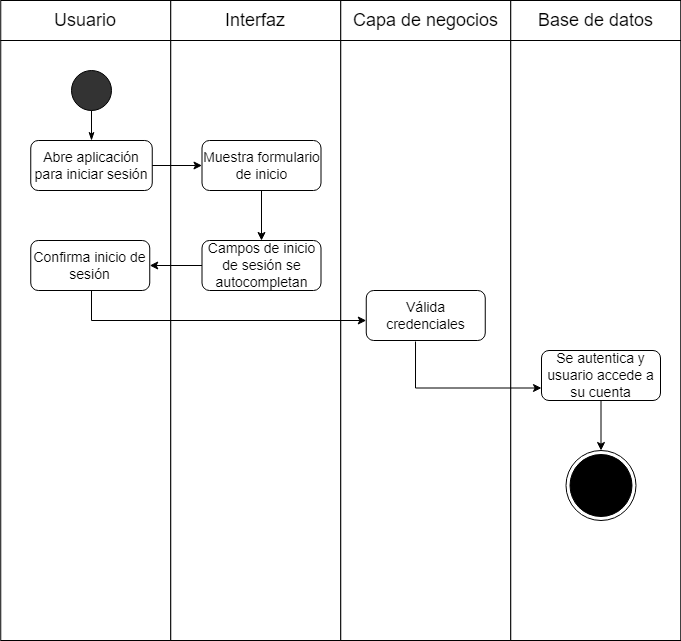
Earlier version of the draw.io export Fase 2/Evidencias Proyecto/Evidencias de documentación/Diagramas/3) Diagrama de Actividad/26)Login_cliente_autocompletado.drawio.png (SoyElMato1/Grupo4-GreenMarket). Source tidied: cells renumbered, new cells last; positions are measured from the earlier drawing's top-left corner, leaving out a move shared by most shapes. Its diagram source:
```xml
<mxGraphModel>
  <root>
    <mxCell id="0" />
    <mxCell id="1" parent="0" />
    <mxCell id="2" style="group;" parent="1" vertex="1">
      <mxGeometry x="0.2" width="680" height="40" as="geometry" />
    </mxCell>
    <mxCell id="3" style="group;" parent="2" vertex="1">
      <mxGeometry width="170" height="40" as="geometry" />
    </mxCell>
    <mxCell id="4" style="rounded=0;whiteSpace=wrap;html=1;fontSize=14;fillColor=#FFFFFF;" parent="3" vertex="1">
      <mxGeometry width="170" height="40" as="geometry" />
    </mxCell>
    <mxCell id="5" value="&lt;font style=&quot;font-size: 18px;&quot;&gt;Usuario&lt;/font&gt;" style="text;html=1;strokeColor=none;fillColor=none;align=center;verticalAlign=middle;whiteSpace=wrap;rounded=0;" parent="3" vertex="1">
      <mxGeometry x="55" y="5" width="60" height="30" as="geometry" />
    </mxCell>
    <mxCell id="6" style="group;" parent="2" vertex="1">
      <mxGeometry x="170" width="170" height="40" as="geometry" />
    </mxCell>
    <mxCell id="7" style="rounded=0;whiteSpace=wrap;html=1;fontSize=14;fillColor=#FFFFFF;" parent="6" vertex="1">
      <mxGeometry width="170" height="40" as="geometry" />
    </mxCell>
    <mxCell id="8" value="&lt;span style=&quot;font-size: 18px;&quot;&gt;Interfaz&lt;/span&gt;" style="text;html=1;strokeColor=none;fillColor=none;align=center;verticalAlign=middle;whiteSpace=wrap;rounded=0;" parent="6" vertex="1">
      <mxGeometry x="55" y="5" width="60" height="30" as="geometry" />
    </mxCell>
    <mxCell id="9" style="group;" parent="2" vertex="1">
      <mxGeometry x="340" width="170" height="40" as="geometry" />
    </mxCell>
    <mxCell id="10" style="rounded=0;whiteSpace=wrap;html=1;fontSize=14;fillColor=#FFFFFF;" parent="9" vertex="1">
      <mxGeometry width="170" height="40" as="geometry" />
    </mxCell>
    <mxCell id="11" value="&lt;span style=&quot;font-size: 18px;&quot;&gt;Capa de negocios&lt;/span&gt;" style="text;html=1;strokeColor=none;fillColor=none;align=center;verticalAlign=middle;whiteSpace=wrap;rounded=0;" parent="9" vertex="1">
      <mxGeometry x="7.5" y="5" width="155" height="30" as="geometry" />
    </mxCell>
    <mxCell id="12" style="group;" parent="2" vertex="1">
      <mxGeometry x="510" width="170" height="40" as="geometry" />
    </mxCell>
    <mxCell id="13" style="rounded=0;whiteSpace=wrap;html=1;fontSize=14;fillColor=#FFFFFF;" parent="12" vertex="1">
      <mxGeometry width="170" height="40" as="geometry" />
    </mxCell>
    <mxCell id="14" value="&lt;span style=&quot;font-size: 18px;&quot;&gt;Base de datos&lt;/span&gt;" style="text;html=1;strokeColor=none;fillColor=none;align=center;verticalAlign=middle;whiteSpace=wrap;rounded=0;" parent="12" vertex="1">
      <mxGeometry x="7.5" y="5" width="155" height="30" as="geometry" />
    </mxCell>
    <mxCell id="15" style="rounded=0;whiteSpace=wrap;html=1;" parent="1" vertex="1">
      <mxGeometry x="0.2" y="40" width="170" height="600" as="geometry" />
    </mxCell>
    <mxCell id="16" style="rounded=0;whiteSpace=wrap;html=1;" parent="1" vertex="1">
      <mxGeometry x="170.2" y="40" width="170" height="600" as="geometry" />
    </mxCell>
    <mxCell id="17" style="rounded=0;whiteSpace=wrap;html=1;" parent="1" vertex="1">
      <mxGeometry x="340.2" y="40" width="170" height="600" as="geometry" />
    </mxCell>
    <mxCell id="18" style="rounded=0;whiteSpace=wrap;html=1;" parent="1" vertex="1">
      <mxGeometry x="510.2" y="40" width="170" height="600" as="geometry" />
    </mxCell>
    <mxCell id="19" style="ellipse;whiteSpace=wrap;html=1;fontSize=18;fillColor=#333333;" parent="1" vertex="1">
      <mxGeometry x="71" y="70" width="40" height="40" as="geometry" />
    </mxCell>
    <mxCell id="20" value="Abre aplicación para iniciar sesión" style="rounded=1;whiteSpace=wrap;html=1;fontSize=14;" parent="1" vertex="1">
      <mxGeometry x="30.2" y="140" width="121.5" height="50" as="geometry" />
    </mxCell>
    <mxCell id="21" style="endArrow=none;html=1;rounded=0;fontSize=18;entryX=0.5;entryY=1;entryDx=0;entryDy=0;exitX=0.5;exitY=0;exitDx=0;exitDy=0;startArrow=classicThin;startFill=1;" parent="1" edge="1" source="20" target="19">
      <mxGeometry relative="1" as="geometry" />
    </mxCell>
    <mxCell id="22" style="edgeStyle=orthogonalEdgeStyle;rounded=0;jettySize=auto;html=1;entryX=0.5;entryY=0;entryDx=0;entryDy=0;" parent="1" edge="1" source="23" target="32">
      <mxGeometry relative="1" as="geometry" />
    </mxCell>
    <mxCell id="23" value="Muestra formulario de inicio" style="rounded=1;whiteSpace=wrap;html=1;fontSize=14;" parent="1" vertex="1">
      <mxGeometry x="201.5" y="140" width="119" height="50" as="geometry" />
    </mxCell>
    <mxCell id="24" style="endArrow=classic;html=1;rounded=0;exitX=1;exitY=0.5;exitDx=0;exitDy=0;entryX=0;entryY=0.5;entryDx=0;entryDy=0;" parent="1" edge="1" source="20" target="23">
      <mxGeometry relative="1" as="geometry" />
    </mxCell>
    <mxCell id="25" style="edgeStyle=orthogonalEdgeStyle;rounded=0;jettySize=auto;html=1;entryX=0.5;entryY=0;entryDx=0;entryDy=0;" parent="1" edge="1" source="26" target="30">
      <mxGeometry relative="1" as="geometry" />
    </mxCell>
    <mxCell id="26" value="Se autentica y usuario accede a su cuenta" style="rounded=1;whiteSpace=wrap;html=1;fontSize=14;" parent="1" vertex="1">
      <mxGeometry x="541" y="350" width="119" height="50" as="geometry" />
    </mxCell>
    <mxCell id="27" style="endArrow=classic;html=1;rounded=0;entryX=0;entryY=0.6;entryDx=0;entryDy=0;exitX=0.5;exitY=1;exitDx=0;exitDy=0;entryPerimeter=0;" parent="1" edge="1" source="33" target="28">
      <mxGeometry relative="1" as="geometry">
        <Array as="points">
          <mxPoint x="91" y="290" />
          <mxPoint x="91" y="320" />
        </Array>
      </mxGeometry>
    </mxCell>
    <mxCell id="28" value="Válida credenciales" style="rounded=1;whiteSpace=wrap;html=1;fontSize=14;" parent="1" vertex="1">
      <mxGeometry x="365.8" y="290" width="119" height="50" as="geometry" />
    </mxCell>
    <mxCell id="29" style="edgeStyle=orthogonalEdgeStyle;rounded=0;jettySize=auto;html=1;entryX=0;entryY=0.75;entryDx=0;entryDy=0;exitX=0.414;exitY=1.02;exitDx=0;exitDy=0;exitPerimeter=0;" parent="1" edge="1" source="28" target="26">
      <mxGeometry relative="1" as="geometry">
        <Array as="points">
          <mxPoint x="415" y="388" />
        </Array>
      </mxGeometry>
    </mxCell>
    <mxCell id="30" style="ellipse;html=1;shape=endState;fillColor=#000000;strokeColor=#000000;" parent="1" vertex="1">
      <mxGeometry x="565.5" y="450" width="70" height="70" as="geometry" />
    </mxCell>
    <mxCell id="31" style="edgeStyle=orthogonalEdgeStyle;rounded=0;jettySize=auto;html=1;entryX=1;entryY=0.5;entryDx=0;entryDy=0;" parent="1" edge="1" source="32" target="33">
      <mxGeometry relative="1" as="geometry" />
    </mxCell>
    <mxCell id="32" value="Campos de inicio de sesión se autocompletan" style="rounded=1;whiteSpace=wrap;html=1;fontSize=14;" parent="1" vertex="1">
      <mxGeometry x="201.5" y="240" width="119" height="50" as="geometry" />
    </mxCell>
    <mxCell id="33" value="Confirma inicio de sesión" style="rounded=1;whiteSpace=wrap;html=1;fontSize=14;" parent="1" vertex="1">
      <mxGeometry x="30.2" y="240" width="119" height="50" as="geometry" />
    </mxCell>
  </root>
</mxGraphModel>
```
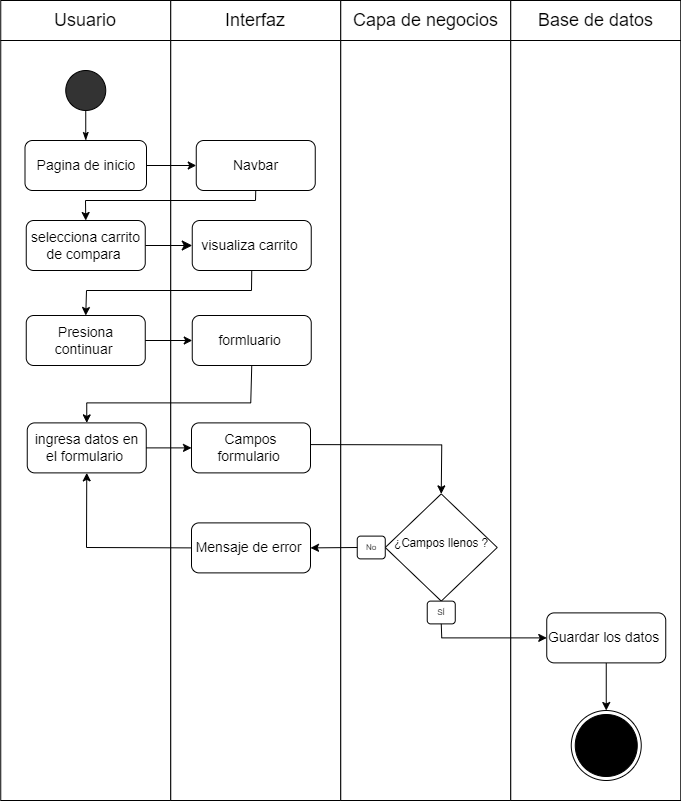
After the change.

What changed in the source:
```diff
@@ -42,70 +42,130 @@
       <mxGeometry x="7.5" y="5" width="155" height="30" as="geometry" />
     </mxCell>
     <mxCell id="15" style="rounded=0;whiteSpace=wrap;html=1;" parent="1" vertex="1">
-      <mxGeometry x="0.2" y="40" width="170" height="600" as="geometry" />
+      <mxGeometry x="0.2" y="40" width="170" height="760" as="geometry" />
     </mxCell>
     <mxCell id="16" style="rounded=0;whiteSpace=wrap;html=1;" parent="1" vertex="1">
-      <mxGeometry x="170.2" y="40" width="170" height="600" as="geometry" />
+      <mxGeometry x="170.2" y="40" width="170" height="760" as="geometry" />
     </mxCell>
     <mxCell id="17" style="rounded=0;whiteSpace=wrap;html=1;" parent="1" vertex="1">
-      <mxGeometry x="340.2" y="40" width="170" height="600" as="geometry" />
+      <mxGeometry x="340.2" y="40" width="170" height="760" as="geometry" />
     </mxCell>
     <mxCell id="18" style="rounded=0;whiteSpace=wrap;html=1;" parent="1" vertex="1">
-      <mxGeometry x="510.2" y="40" width="170" height="600" as="geometry" />
+      <mxGeometry x="510.2" y="40" width="170" height="760" as="geometry" />
     </mxCell>
-    <mxCell id="19" style="ellipse;whiteSpace=wrap;html=1;fontSize=18;fillColor=#333333;" parent="1" vertex="1">
-      <mxGeometry x="71" y="70" width="40" height="40" as="geometry" />
-    </mxCell>
-    <mxCell id="20" value="Abre aplicación para iniciar sesión" style="rounded=1;whiteSpace=wrap;html=1;fontSize=14;" parent="1" vertex="1">
-      <mxGeometry x="30.2" y="140" width="121.5" height="50" as="geometry" />
-    </mxCell>
-    <mxCell id="21" style="endArrow=none;html=1;rounded=0;fontSize=18;entryX=0.5;entryY=1;entryDx=0;entryDy=0;exitX=0.5;exitY=0;exitDx=0;exitDy=0;startArrow=classicThin;startFill=1;" parent="1" edge="1" source="20" target="19">
-      <mxGeometry relative="1" as="geometry" />
-    </mxCell>
-    <mxCell id="22" style="edgeStyle=orthogonalEdgeStyle;rounded=0;jettySize=auto;html=1;entryX=0.5;entryY=0;entryDx=0;entryDy=0;" parent="1" edge="1" source="23" target="32">
-      <mxGeometry relative="1" as="geometry" />
-    </mxCell>
-    <mxCell id="23" value="Muestra formulario de inicio" style="rounded=1;whiteSpace=wrap;html=1;fontSize=14;" parent="1" vertex="1">
-      <mxGeometry x="201.5" y="140" width="119" height="50" as="geometry" />
-    </mxCell>
-    <mxCell id="24" style="endArrow=classic;html=1;rounded=0;exitX=1;exitY=0.5;exitDx=0;exitDy=0;entryX=0;entryY=0.5;entryDx=0;entryDy=0;" parent="1" edge="1" source="20" target="23">
-      <mxGeometry relative="1" as="geometry" />
-    </mxCell>
-    <mxCell id="25" style="edgeStyle=orthogonalEdgeStyle;rounded=0;jettySize=auto;html=1;entryX=0.5;entryY=0;entryDx=0;entryDy=0;" parent="1" edge="1" source="26" target="30">
-      <mxGeometry relative="1" as="geometry" />
-    </mxCell>
-    <mxCell id="26" value="Se autentica y usuario accede a su cuenta" style="rounded=1;whiteSpace=wrap;html=1;fontSize=14;" parent="1" vertex="1">
-      <mxGeometry x="541" y="350" width="119" height="50" as="geometry" />
-    </mxCell>
-    <mxCell id="27" style="endArrow=classic;html=1;rounded=0;entryX=0;entryY=0.6;entryDx=0;entryDy=0;exitX=0.5;exitY=1;exitDx=0;exitDy=0;entryPerimeter=0;" parent="1" edge="1" source="33" target="28">
-      <mxGeometry relative="1" as="geometry">
-        <Array as="points">
-          <mxPoint x="91" y="290" />
-          <mxPoint x="91" y="320" />
-        </Array>
-      </mxGeometry>
-    </mxCell>
-    <mxCell id="28" value="Válida credenciales" style="rounded=1;whiteSpace=wrap;html=1;fontSize=14;" parent="1" vertex="1">
-      <mxGeometry x="365.8" y="290" width="119" height="50" as="geometry" />
-    </mxCell>
-    <mxCell id="29" style="edgeStyle=orthogonalEdgeStyle;rounded=0;jettySize=auto;html=1;entryX=0;entryY=0.75;entryDx=0;entryDy=0;exitX=0.414;exitY=1.02;exitDx=0;exitDy=0;exitPerimeter=0;" parent="1" edge="1" source="28" target="26">
-      <mxGeometry relative="1" as="geometry">
-        <Array as="points">
-          <mxPoint x="415" y="388" />
-        </Array>
-      </mxGeometry>
-    </mxCell>
-    <mxCell id="30" style="ellipse;html=1;shape=endState;fillColor=#000000;strokeColor=#000000;" parent="1" vertex="1">
-      <mxGeometry x="565.5" y="450" width="70" height="70" as="geometry" />
-    </mxCell>
-    <mxCell id="31" style="edgeStyle=orthogonalEdgeStyle;rounded=0;jettySize=auto;html=1;entryX=1;entryY=0.5;entryDx=0;entryDy=0;" parent="1" edge="1" source="32" target="33">
-      <mxGeometry relative="1" as="geometry" />
-    </mxCell>
-    <mxCell id="32" value="Campos de inicio de sesión se autocompletan" style="rounded=1;whiteSpace=wrap;html=1;fontSize=14;" parent="1" vertex="1">
-      <mxGeometry x="201.5" y="240" width="119" height="50" as="geometry" />
-    </mxCell>
-    <mxCell id="33" value="Confirma inicio de sesión" style="rounded=1;whiteSpace=wrap;html=1;fontSize=14;" parent="1" vertex="1">
-      <mxGeometry x="30.2" y="240" width="119" height="50" as="geometry" />
-    </mxCell>
+    <mxCell id="34" style="edgeStyle=orthogonalEdgeStyle;rounded=0;jettySize=auto;html=1;" parent="1" edge="1" source="35" target="60">
+      <mxGeometry relative="1" as="geometry" />
+    </mxCell>
+    <mxCell id="35" value="Guardar los datos&amp;nbsp;" style="rounded=1;whiteSpace=wrap;html=1;fontSize=14;" parent="1" vertex="1">
+      <mxGeometry x="546.2" y="612.4" width="119" height="50" as="geometry" />
+    </mxCell>
+    <mxCell id="36" style="group;" parent="1" vertex="1">
+      <mxGeometry x="356.8" y="493.4" width="140" height="130" as="geometry" />
+    </mxCell>
+    <mxCell id="37" value="&lt;font style=&quot;line-height: 0; font-size: 14px;&quot;&gt;&lt;sup style=&quot;&quot;&gt;¿Campos llenos ?&lt;/sup&gt;&lt;/font&gt;" style="rhombus;whiteSpace=wrap;html=1;fontSize=18;fillColor=#FFFFFF;align=center;" parent="36" vertex="1">
+      <mxGeometry x="28" width="112" height="107.2" as="geometry" />
+    </mxCell>
+    <mxCell id="38" value="No" style="rounded=1;whiteSpace=wrap;html=1;fontSize=8;fillColor=#FFFFFF;" parent="36" vertex="1">
+      <mxGeometry y="42.2" width="28" height="22.8" as="geometry" />
+    </mxCell>
+    <mxCell id="39" value="SÍ" style="rounded=1;whiteSpace=wrap;html=1;fontSize=8;fillColor=#FFFFFF;" parent="36" vertex="1">
+      <mxGeometry x="70" y="107.2" width="28" height="22.8" as="geometry" />
+    </mxCell>
+    <mxCell id="40" value="visualiza carrito&amp;nbsp;" style="rounded=1;whiteSpace=wrap;html=1;fontSize=14;" parent="1" vertex="1">
+      <mxGeometry x="191.8" y="220" width="119" height="50" as="geometry" />
+    </mxCell>
+    <mxCell id="41" style="edgeStyle=none;curved=1;rounded=0;jettySize=auto;html=1;fontSize=12;startSize=8;endSize=8;" parent="1" edge="1" source="42" target="40">
+      <mxGeometry relative="1" as="geometry" />
+    </mxCell>
+    <mxCell id="42" value="selecciona carrito de compara&amp;nbsp;" style="rounded=1;whiteSpace=wrap;html=1;fontSize=14;" parent="1" vertex="1">
+      <mxGeometry x="25.7" y="220" width="119" height="50" as="geometry" />
+    </mxCell>
+    <mxCell id="43" value="Presiona continuar&amp;nbsp;" style="rounded=1;whiteSpace=wrap;html=1;fontSize=14;" parent="1" vertex="1">
+      <mxGeometry x="25.7" y="315" width="119" height="50" as="geometry" />
+    </mxCell>
+    <mxCell id="44" value="ingresa datos en el formulario&amp;nbsp;" style="rounded=1;whiteSpace=wrap;html=1;fontSize=14;" parent="1" vertex="1">
+      <mxGeometry x="26.7" y="422.4" width="119" height="50" as="geometry" />
+    </mxCell>
+    <mxCell id="45" value="formluario&amp;nbsp;" style="rounded=1;whiteSpace=wrap;html=1;fontSize=14;" parent="1" vertex="1">
+      <mxGeometry x="191.8" y="315" width="119" height="50" as="geometry" />
+    </mxCell>
+    <mxCell id="46" value="Campos formulario&amp;nbsp;" style="rounded=1;whiteSpace=wrap;html=1;fontSize=14;" parent="1" vertex="1">
+      <mxGeometry x="191" y="422.4" width="119" height="50" as="geometry" />
+    </mxCell>
+    <mxCell id="47" style="endArrow=classic;html=1;rounded=0;exitX=0.998;exitY=0.434;exitDx=0;exitDy=0;entryX=0.5;entryY=0;entryDx=0;entryDy=0;exitPerimeter=0;" parent="1" edge="1" source="46" target="37">
+      <mxGeometry relative="1" as="geometry">
+        <Array as="points">
+          <mxPoint x="441.2" y="444.4" />
+        </Array>
+      </mxGeometry>
+    </mxCell>
+    <mxCell id="48" value="Mensaje de error&amp;nbsp;" style="rounded=1;whiteSpace=wrap;html=1;fontSize=14;" parent="1" vertex="1">
+      <mxGeometry x="191" y="522.4" width="119" height="50" as="geometry" />
+    </mxCell>
+    <mxCell id="49" style="endArrow=classic;html=1;rounded=0;exitX=0;exitY=0.5;exitDx=0;exitDy=0;entryX=1;entryY=0.5;entryDx=0;entryDy=0;" parent="1" edge="1" source="38" target="48">
+      <mxGeometry relative="1" as="geometry" />
+    </mxCell>
+    <mxCell id="50" style="endArrow=classic;html=1;rounded=0;exitX=0;exitY=0.5;exitDx=0;exitDy=0;entryX=0.5;entryY=1;entryDx=0;entryDy=0;" parent="1" edge="1" source="48" target="44">
+      <mxGeometry relative="1" as="geometry">
+        <Array as="points">
+          <mxPoint x="86" y="547" />
+        </Array>
+      </mxGeometry>
+    </mxCell>
+    <mxCell id="51" style="endArrow=classic;html=1;rounded=0;exitX=0.5;exitY=1;exitDx=0;exitDy=0;entryX=0.5;entryY=0;entryDx=0;entryDy=0;" parent="1" edge="1" source="40" target="43">
+      <mxGeometry relative="1" as="geometry">
+        <Array as="points">
+          <mxPoint x="251" y="290" />
+          <mxPoint x="86" y="290" />
+        </Array>
+      </mxGeometry>
+    </mxCell>
+    <mxCell id="52" style="endArrow=classic;html=1;rounded=0;exitX=1;exitY=0.5;exitDx=0;exitDy=0;entryX=0;entryY=0.5;entryDx=0;entryDy=0;" parent="1" edge="1" source="43" target="45">
+      <mxGeometry relative="1" as="geometry" />
+    </mxCell>
+    <mxCell id="53" style="endArrow=classic;html=1;rounded=0;exitX=0.5;exitY=1;exitDx=0;exitDy=0;entryX=0.5;entryY=0;entryDx=0;entryDy=0;" parent="1" edge="1" source="45" target="44">
+      <mxGeometry relative="1" as="geometry">
+        <Array as="points">
+          <mxPoint x="250.2" y="402.4" />
+          <mxPoint x="86.2" y="402.4" />
+        </Array>
+      </mxGeometry>
+    </mxCell>
+    <mxCell id="54" style="endArrow=classic;html=1;rounded=0;exitX=1;exitY=0.5;exitDx=0;exitDy=0;entryX=0;entryY=0.5;entryDx=0;entryDy=0;" parent="1" edge="1" source="44" target="46">
+      <mxGeometry relative="1" as="geometry" />
+    </mxCell>
+    <mxCell id="55" style="endArrow=classic;html=1;rounded=0;exitX=0.5;exitY=1;exitDx=0;exitDy=0;entryX=0;entryY=0.5;entryDx=0;entryDy=0;" parent="1" edge="1" source="39" target="35">
+      <mxGeometry relative="1" as="geometry">
+        <Array as="points">
+          <mxPoint x="441.2" y="637.4" />
+        </Array>
+      </mxGeometry>
+    </mxCell>
+    <mxCell id="56" style="ellipse;whiteSpace=wrap;html=1;fontSize=18;fillColor=#333333;" parent="1" vertex="1">
+      <mxGeometry x="65.2" y="70" width="40" height="40" as="geometry" />
+    </mxCell>
+    <mxCell id="57" value="Pagina de inicio" style="rounded=1;whiteSpace=wrap;html=1;fontSize=14;" parent="1" vertex="1">
+      <mxGeometry x="24.5" y="140" width="121.5" height="50" as="geometry" />
+    </mxCell>
+    <mxCell id="58" style="endArrow=none;html=1;rounded=0;fontSize=18;entryX=0.5;entryY=1;entryDx=0;entryDy=0;exitX=0.5;exitY=0;exitDx=0;exitDy=0;startArrow=classicThin;startFill=1;" parent="1" edge="1" source="57" target="56">
+      <mxGeometry relative="1" as="geometry" />
+    </mxCell>
+    <mxCell id="59" style="endArrow=classic;html=1;rounded=0;exitX=0.5;exitY=1;exitDx=0;exitDy=0;entryX=0.5;entryY=0;entryDx=0;entryDy=0;" parent="1" edge="1" source="61" target="42">
+      <mxGeometry relative="1" as="geometry">
+        <Array as="points">
+          <mxPoint x="255" y="200" />
+          <mxPoint x="85" y="200" />
+        </Array>
+      </mxGeometry>
+    </mxCell>
+    <mxCell id="60" style="ellipse;html=1;shape=endState;fillColor=#000000;strokeColor=#000000;" parent="1" vertex="1">
+      <mxGeometry x="570.8" y="710" width="70" height="70" as="geometry" />
+    </mxCell>
+    <mxCell id="61" value="Navbar" style="rounded=1;whiteSpace=wrap;html=1;fontSize=14;" parent="1" vertex="1">
+      <mxGeometry x="195.8" y="140" width="119" height="50" as="geometry" />
+    </mxCell>
+    <mxCell id="62" style="endArrow=classic;html=1;rounded=0;exitX=1;exitY=0.5;exitDx=0;exitDy=0;entryX=0;entryY=0.5;entryDx=0;entryDy=0;" parent="1" edge="1" source="57" target="61">
+      <mxGeometry relative="1" as="geometry" />
+    </mxCell>
   </root>
 </mxGraphModel>
```
